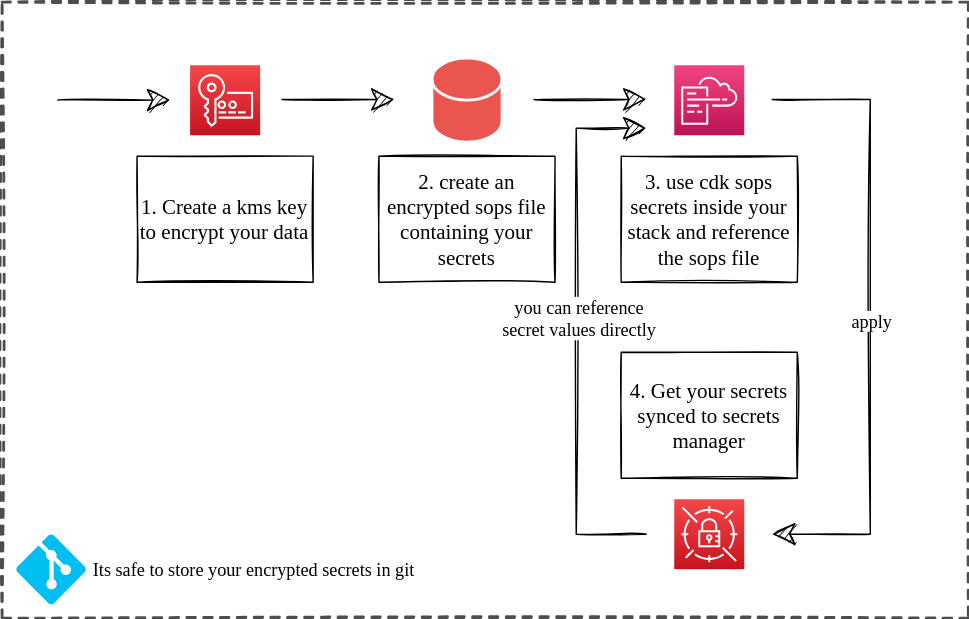
Before: img/flow.drawio.svg, a diagram exported from draw.io (dbsystel/cdk-sops-secrets). Source tidied: cells renumbered, new cells last; positions are measured from the earlier drawing's top-left corner, leaving out a move shared by most shapes.
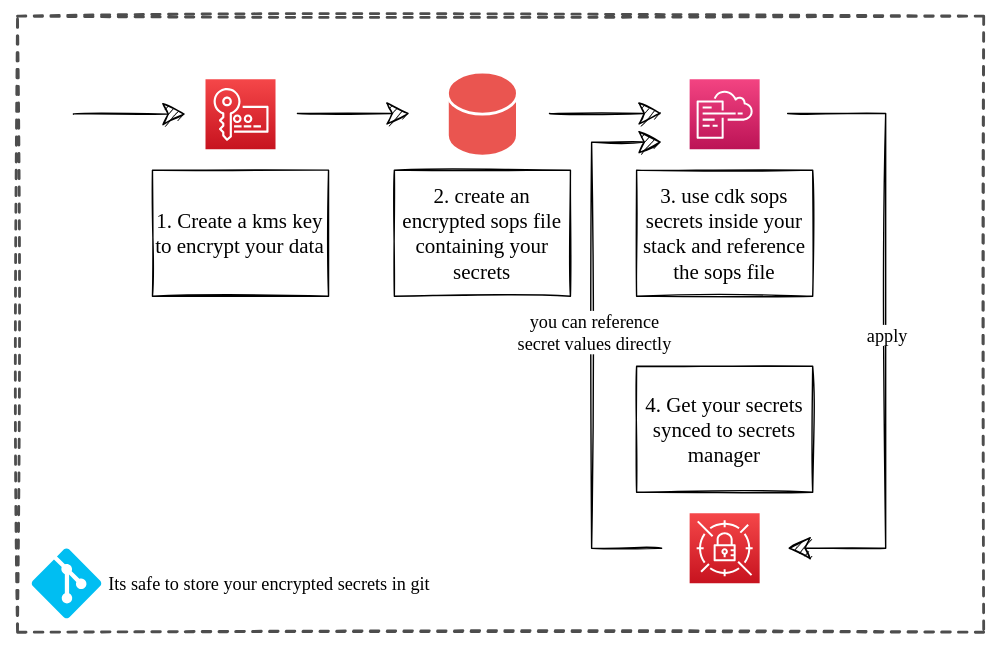
Later version of the same file.

Diff of the diagram source:
```diff
@@ -2,6 +2,9 @@
   <root>
     <mxCell id="0" />
     <mxCell id="1" parent="0" />
+    <mxCell id="19" style="rounded=0;whiteSpace=wrap;html=1;dashed=1;labelBackgroundColor=default;sketch=1;hachureGap=4;strokeColor=none;strokeWidth=2;fontFamily=Architects Daughter;fontSource=https%3A%2F%2Ffonts.googleapis.com%2Fcss%3Ffamily%3DArchitects%2BDaughter;fontSize=13;fillColor=default;" parent="1" vertex="1">
+      <mxGeometry x="-11" y="-10" width="710" height="460" as="geometry" />
+    </mxCell>
     <mxCell id="2" style="rounded=0;whiteSpace=wrap;html=1;sketch=1;hachureGap=4;strokeColor=#4D4D4D;strokeWidth=2;fontFamily=Architects Daughter;fontSource=https%3A%2F%2Ffonts.googleapis.com%2Fcss%3Ffamily%3DArchitects%2BDaughter;fontSize=13;fillColor=default;dashed=1;labelBackgroundColor=default;" parent="1" vertex="1">
       <mxGeometry width="690" height="440" as="geometry" />
     </mxCell>
```
